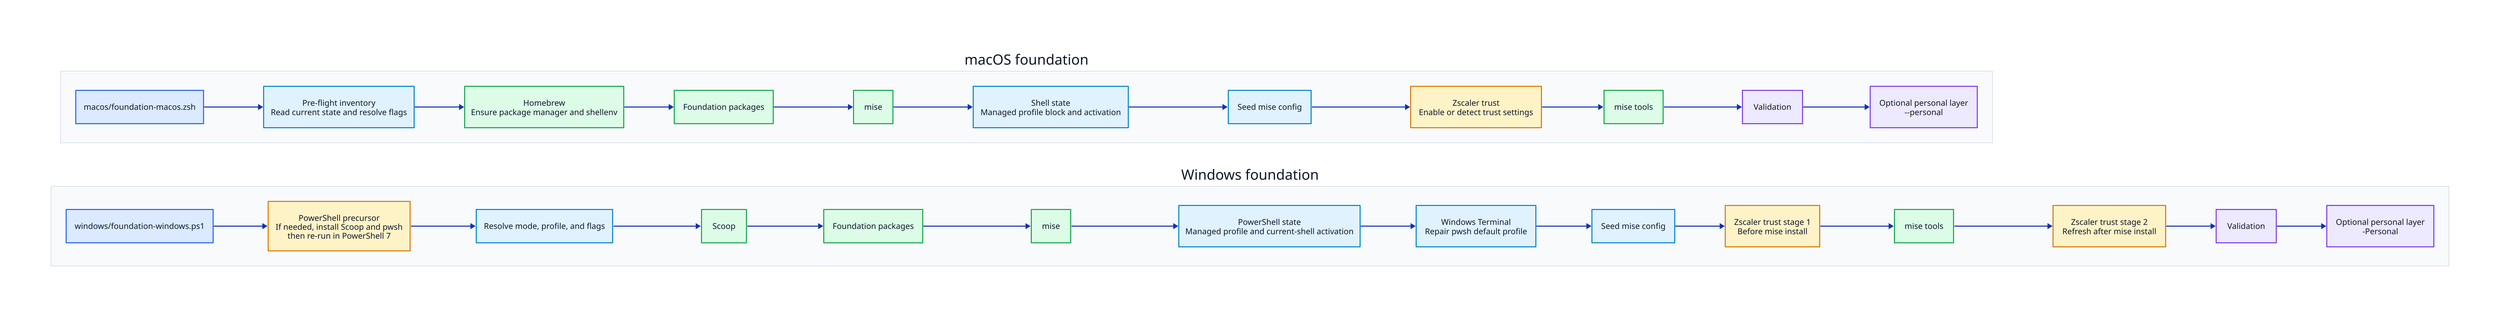
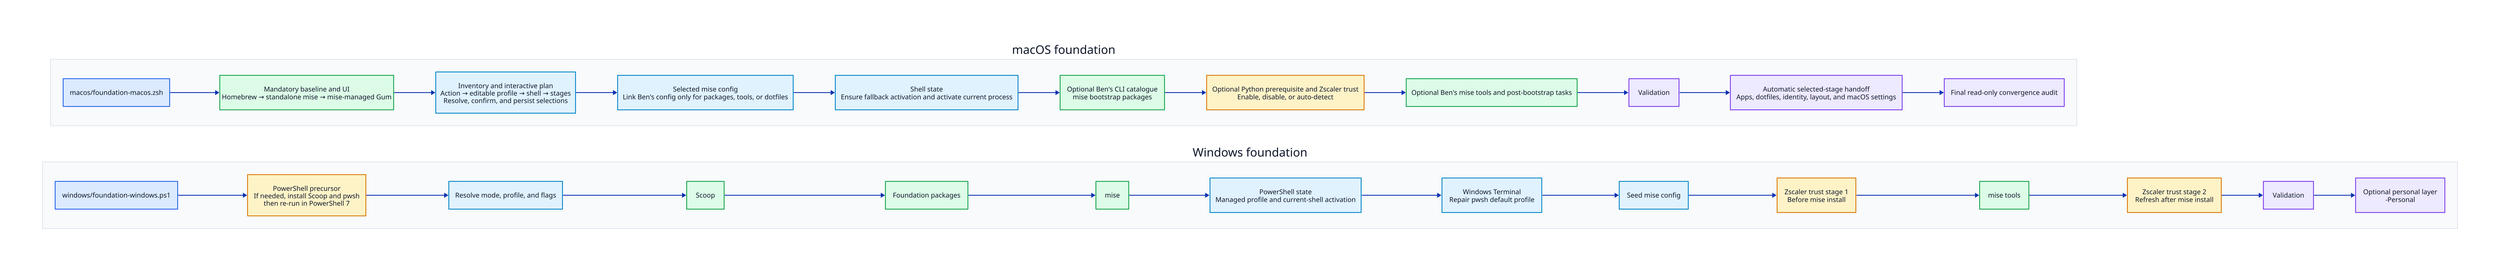
direction: right

classes: {
  platform: {
    style.fill: "#F8FAFC"
    style.stroke: "#CBD5E1"
    style.stroke-width: 1
    style.font-color: "#0F172A"
  }
  entry: {
    style.fill: "#DBEAFE"
    style.stroke: "#2563EB"
    style.stroke-width: 2
    style.font-color: "#0F172A"
  }
  step: {
    style.fill: "#DCFCE7"
    style.stroke: "#16A34A"
    style.stroke-width: 2
    style.font-color: "#0F172A"
  }
  shell: {
    style.fill: "#E0F2FE"
    style.stroke: "#0284C7"
    style.stroke-width: 2
    style.font-color: "#0F172A"
  }
  trust: {
    style.fill: "#FEF3C7"
    style.stroke: "#D97706"
    style.stroke-width: 2
    style.font-color: "#0F172A"
  }
  finish: {
    style.fill: "#EDE9FE"
    style.stroke: "#7C3AED"
    style.stroke-width: 2
    style.font-color: "#0F172A"
  }
}

macos: {
  label: "macOS foundation"
  class: platform
  direction: down

  entrypoint: {
    label: "macos/foundation-macos.zsh"
    class: entry
  }

-   preflight: {
-     label: "Pre-flight inventory\nRead current state and resolve flags"
-     class: shell
-   }
- 
-   homebrew: {
-     label: "Homebrew\nEnsure package manager and shellenv"
+   mandatory: {
+     label: "Mandatory baseline and UI\nHomebrew → standalone mise → mise-managed Gum"
    class: step
  }

-   packages: {
-     label: "Foundation packages"
-     class: step
-   }
- 
-   mise: {
-     label: "mise"
-     class: step
-   }
- 
-   shell_state: {
-     label: "Shell state\nManaged profile block and activation"
+   plan: {
+     label: "Inventory and interactive plan\nAction → editable profile → shell → stages\nResolve, confirm, and persist selections"
    class: shell
  }

  config: {
-     label: "Seed mise config"
+     label: "Selected mise config\nLink Ben's config only for packages, tools, or dotfiles"
    class: shell
  }

+   shell_state: {
+     label: "Shell state\nEnsure fallback activation and activate current process"
+     class: shell
+   }
+ 
+   packages: {
+     label: "Optional Ben's CLI catalogue\nmise bootstrap packages"
+     class: step
+   }
+ 
  zscaler: {
-     label: "Zscaler trust\nEnable or detect trust settings"
+     label: "Optional Python prerequisite and Zscaler trust\nEnable, disable, or auto-detect"
    class: trust
  }

  tools: {
-     label: "mise tools"
+     label: "Optional Ben's mise tools and post-bootstrap tasks"
    class: step
  }

  validation: {
    label: "Validation"
    class: finish
  }

  personal: {
-     label: "Optional personal layer\n--personal"
+     label: "Automatic selected-stage handoff\nApps, dotfiles, identity, layout, and macOS settings"
    class: finish
  }

-   entrypoint -> preflight -> homebrew -> packages -> mise -> shell_state -> config -> zscaler -> tools -> validation -> personal
+   audit: {
+     label: "Final read-only convergence audit"
+     class: finish
+   }
+ 
+   entrypoint -> mandatory -> plan -> config -> shell_state -> packages -> zscaler -> tools -> validation -> personal -> audit
}

windows: {
  label: "Windows foundation"
  class: platform
  direction: down

  entrypoint: {
    label: "windows/foundation-windows.ps1"
    class: entry
  }

  precursor: {
    label: "PowerShell precursor\nIf needed, install Scoop and pwsh\nthen re-run in PowerShell 7"
    class: trust
  }

  resolve: {
    label: "Resolve mode, profile, and flags"
    class: shell
  }

  scoop: {
    label: "Scoop"
    class: step
  }

  packages: {
    label: "Foundation packages"
    class: step
  }

  mise: {
    label: "mise"
    class: step
  }

  shell_state: {
    label: "PowerShell state\nManaged profile and current-shell activation"
    class: shell
  }

  terminal: {
    label: "Windows Terminal\nRepair pwsh default profile"
    class: shell
  }

  config: {
    label: "Seed mise config"
    class: shell
  }

  zscaler_stage_one: {
    label: "Zscaler trust stage 1\nBefore mise install"
    class: trust
  }

  tools: {
    label: "mise tools"
    class: step
  }

  zscaler_stage_two: {
    label: "Zscaler trust stage 2\nRefresh after mise install"
    class: trust
  }

  validation: {
    label: "Validation"
    class: finish
  }

  personal: {
    label: "Optional personal layer\n-Personal"
    class: finish
  }

  entrypoint -> precursor -> resolve -> scoop -> packages -> mise -> shell_state -> terminal -> config -> zscaler_stage_one -> tools -> zscaler_stage_two -> validation -> personal
}
